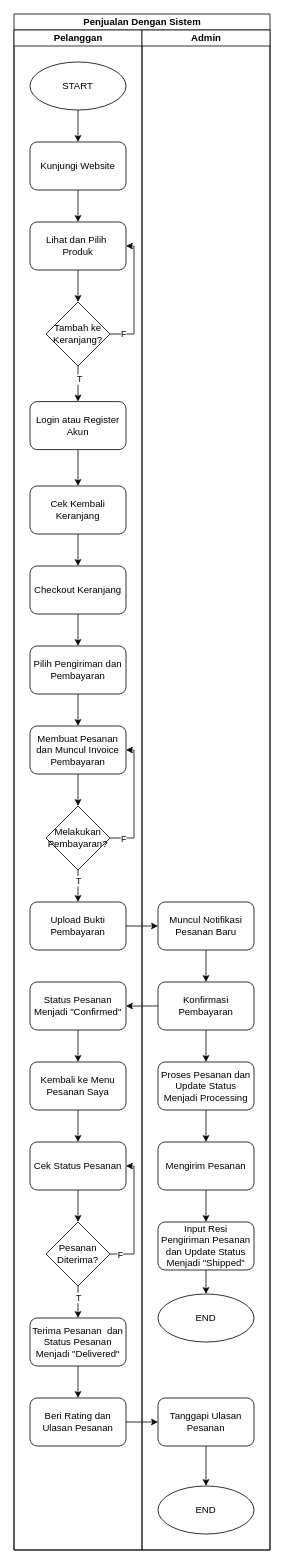
The draw.io diagram Activity - PenjualanTSKeripikIsal.drawio in xnoname2003/flowchart, before the edit. Source tidied: cells renumbered, new cells numbered last; positions are measured from the earlier drawing's top-left corner, leaving out a move shared by most shapes. Both pictures are drawn from the tidied source at 80%, with x=0, y=0 at pixel (14, 14).
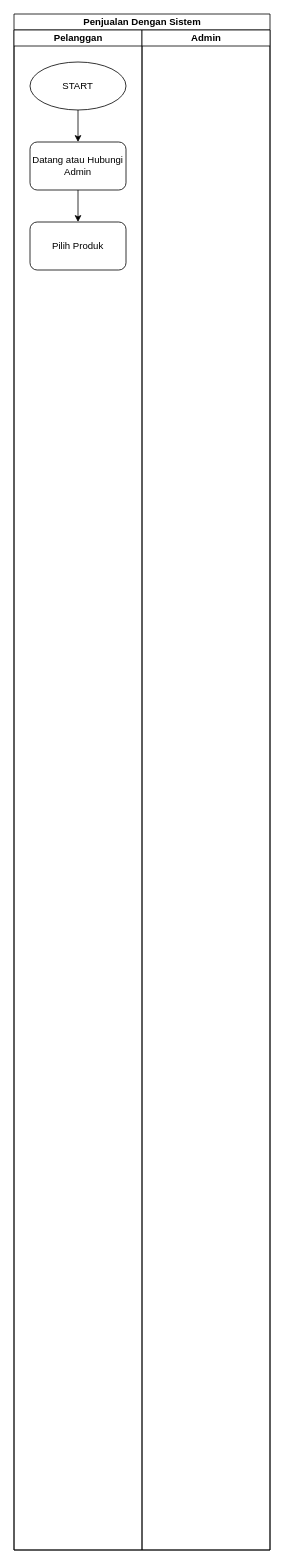
The same page after the edit.

The change refers to these unchanged cells:
```xml
<mxCell id="2" value="Penjualan Dengan Sistem" style="swimlane;startSize=20;html=1;" parent="1" vertex="1">
  <mxGeometry width="320" height="1920" as="geometry" />
</mxCell>
<mxCell id="3" value="Pelanggan" style="swimlane;startSize=20;html=1;" parent="2" vertex="1">
  <mxGeometry y="20" width="160" height="1900" as="geometry" />
</mxCell>
<mxCell id="5" value="START" style="ellipse;whiteSpace=wrap;html=1;" parent="3" vertex="1">
  <mxGeometry x="20" y="40" width="120" height="60" as="geometry" />
</mxCell>
<mxCell id="45" value="Admin" style="swimlane;startSize=20;html=1;" parent="2" vertex="1">
  <mxGeometry x="160" y="20" width="160" height="1900" as="geometry" />
</mxCell>
```

The edit, as a diff of the source:
```diff
@@
-    <mxCell id="4" style="edgeStyle=orthogonalEdgeStyle;rounded=0;jettySize=auto;html=1;exitX=0.5;exitY=1;exitDx=0;exitDy=0;entryX=0.5;entryY=0;entryDx=0;entryDy=0;" parent="3" edge="1" source="5" target="7">
-      <mxGeometry relative="1" as="geometry" />
-    </mxCell>
+    <mxCell id="63" style="edgeStyle=orthogonalEdgeStyle;rounded=0;jettySize=auto;html=1;" parent="3" edge="1" source="5" target="65">
+      <mxGeometry relative="1" as="geometry" />
+    </mxCell>
@@
-    <mxCell id="6" style="edgeStyle=orthogonalEdgeStyle;rounded=0;jettySize=auto;html=1;exitX=0.5;exitY=1;exitDx=0;exitDy=0;entryX=0.5;entryY=0;entryDx=0;entryDy=0;" parent="3" edge="1" source="7" target="9">
-      <mxGeometry relative="1" as="geometry" />
+    <mxCell id="6" style="edgeStyle=orthogonalEdgeStyle;rounded=0;orthogonalLoop=1;jettySize=auto;html=1;exitX=0.5;exitY=1;exitDx=0;exitDy=0;entryX=0.5;entryY=0;entryDx=0;entryDy=0;" parent="3" edge="1">
+      <mxGeometry relative="1" as="geometry">
+        <mxPoint x="80" y="200" as="sourcePoint" />
+      </mxGeometry>
     </mxCell>
-    <mxCell id="7" value="Kunjungi Website" style="rounded=1;whiteSpace=wrap;html=1;" parent="3" vertex="1">
-      <mxGeometry x="20" y="140" width="120" height="60" as="geometry" />
-    </mxCell>
-    <mxCell id="8" style="edgeStyle=orthogonalEdgeStyle;rounded=0;jettySize=auto;html=1;exitX=0.5;exitY=1;exitDx=0;exitDy=0;entryX=0.5;entryY=0;entryDx=0;entryDy=0;" parent="3" edge="1" source="9" target="14">
-      <mxGeometry relative="1" as="geometry" />
+    <mxCell id="8" style="edgeStyle=orthogonalEdgeStyle;rounded=0;orthogonalLoop=1;jettySize=auto;html=1;exitX=0.5;exitY=1;exitDx=0;exitDy=0;entryX=0.5;entryY=0;entryDx=0;entryDy=0;" parent="3" edge="1">
+      <mxGeometry relative="1" as="geometry">
+        <mxPoint x="80" y="300" as="sourcePoint" />
+      </mxGeometry>
     </mxCell>
-    <mxCell id="9" value="Lihat dan Pilih&amp;nbsp; Produk" style="rounded=1;whiteSpace=wrap;html=1;" parent="3" vertex="1">
-      <mxGeometry x="20" y="240" width="120" height="60" as="geometry" />
-    </mxCell>
-    <mxCell id="10" style="edgeStyle=orthogonalEdgeStyle;rounded=0;jettySize=auto;html=1;exitX=0.5;exitY=1;exitDx=0;exitDy=0;" parent="3" edge="1" source="14" target="16">
-      <mxGeometry relative="1" as="geometry" />
+    <mxCell id="10" style="edgeStyle=orthogonalEdgeStyle;rounded=0;orthogonalLoop=1;jettySize=auto;html=1;exitX=0.5;exitY=1;exitDx=0;exitDy=0;" parent="3" edge="1">
+      <mxGeometry relative="1" as="geometry">
+        <mxPoint x="80" y="420" as="sourcePoint" />
+      </mxGeometry>
     </mxCell>
@@
-    <mxCell id="12" style="edgeStyle=orthogonalEdgeStyle;rounded=0;jettySize=auto;html=1;exitX=1;exitY=0.5;exitDx=0;exitDy=0;entryX=1;entryY=0.5;entryDx=0;entryDy=0;" parent="3" edge="1" source="14" target="9">
+    <mxCell id="12" style="edgeStyle=orthogonalEdgeStyle;rounded=0;orthogonalLoop=1;jettySize=auto;html=1;exitX=1;exitY=0.5;exitDx=0;exitDy=0;entryX=1;entryY=0.5;entryDx=0;entryDy=0;" parent="3" edge="1">
       <mxGeometry relative="1" as="geometry">
+        <mxPoint x="140" y="270" as="targetPoint" />
         <Array as="points">
           <mxPoint x="150" y="380" />
           <mxPoint x="150" y="270" />
         </Array>
       </mxGeometry>
     </mxCell>
@@
-    <mxCell id="14" value="Tambah ke Keranjang?" style="rhombus;whiteSpace=wrap;html=1;" parent="3" vertex="1">
-      <mxGeometry x="40" y="340" width="80" height="80" as="geometry" />
-    </mxCell>
-    <mxCell id="15" style="edgeStyle=orthogonalEdgeStyle;rounded=0;jettySize=auto;html=1;exitX=0.5;exitY=1;exitDx=0;exitDy=0;entryX=0.5;entryY=0;entryDx=0;entryDy=0;" parent="3" edge="1" source="16" target="18">
-      <mxGeometry relative="1" as="geometry" />
+    <mxCell id="15" style="edgeStyle=orthogonalEdgeStyle;rounded=0;orthogonalLoop=1;jettySize=auto;html=1;exitX=0.5;exitY=1;exitDx=0;exitDy=0;entryX=0.5;entryY=0;entryDx=0;entryDy=0;" parent="3" edge="1">
+      <mxGeometry relative="1" as="geometry">
+        <mxPoint x="80" y="524.5" as="sourcePoint" />
+      </mxGeometry>
     </mxCell>
-    <mxCell id="16" value="Login atau Register Akun" style="rounded=1;whiteSpace=wrap;html=1;" parent="3" vertex="1">
-      <mxGeometry x="20" y="464.5" width="120" height="60" as="geometry" />
-    </mxCell>
-    <mxCell id="17" style="edgeStyle=orthogonalEdgeStyle;rounded=0;jettySize=auto;html=1;exitX=0.5;exitY=1;exitDx=0;exitDy=0;" parent="3" edge="1" source="18" target="20">
-      <mxGeometry relative="1" as="geometry" />
+    <mxCell id="17" style="edgeStyle=orthogonalEdgeStyle;rounded=0;orthogonalLoop=1;jettySize=auto;html=1;exitX=0.5;exitY=1;exitDx=0;exitDy=0;" parent="3" edge="1">
+      <mxGeometry relative="1" as="geometry">
+        <mxPoint x="80" y="630" as="sourcePoint" />
+      </mxGeometry>
     </mxCell>
-    <mxCell id="18" value="Cek Kembali Keranjang" style="rounded=1;whiteSpace=wrap;html=1;" parent="3" vertex="1">
-      <mxGeometry x="20" y="570" width="120" height="60" as="geometry" />
-    </mxCell>
-    <mxCell id="19" style="edgeStyle=orthogonalEdgeStyle;rounded=0;jettySize=auto;html=1;exitX=0.5;exitY=1;exitDx=0;exitDy=0;entryX=0.5;entryY=0;entryDx=0;entryDy=0;" parent="3" edge="1" source="20" target="22">
-      <mxGeometry relative="1" as="geometry" />
+    <mxCell id="19" style="edgeStyle=orthogonalEdgeStyle;rounded=0;orthogonalLoop=1;jettySize=auto;html=1;exitX=0.5;exitY=1;exitDx=0;exitDy=0;entryX=0.5;entryY=0;entryDx=0;entryDy=0;" parent="3" edge="1">
+      <mxGeometry relative="1" as="geometry">
+        <mxPoint x="80" y="730" as="sourcePoint" />
+      </mxGeometry>
     </mxCell>
-    <mxCell id="20" value="Checkout Keranjang" style="rounded=1;whiteSpace=wrap;html=1;" parent="3" vertex="1">
-      <mxGeometry x="20" y="670" width="120" height="60" as="geometry" />
-    </mxCell>
-    <mxCell id="21" style="edgeStyle=orthogonalEdgeStyle;rounded=0;jettySize=auto;html=1;exitX=0.5;exitY=1;exitDx=0;exitDy=0;entryX=0.5;entryY=0;entryDx=0;entryDy=0;" parent="3" edge="1" source="22" target="24">
-      <mxGeometry relative="1" as="geometry" />
+    <mxCell id="21" style="edgeStyle=orthogonalEdgeStyle;rounded=0;orthogonalLoop=1;jettySize=auto;html=1;exitX=0.5;exitY=1;exitDx=0;exitDy=0;entryX=0.5;entryY=0;entryDx=0;entryDy=0;" parent="3" edge="1">
+      <mxGeometry relative="1" as="geometry">
+        <mxPoint x="80" y="830" as="sourcePoint" />
+      </mxGeometry>
     </mxCell>
-    <mxCell id="22" value="Pilih Pengiriman dan Pembayaran" style="rounded=1;whiteSpace=wrap;html=1;" parent="3" vertex="1">
-      <mxGeometry x="20" y="770" width="120" height="60" as="geometry" />
-    </mxCell>
-    <mxCell id="23" style="edgeStyle=orthogonalEdgeStyle;rounded=0;jettySize=auto;html=1;exitX=0.5;exitY=1;exitDx=0;exitDy=0;entryX=0.5;entryY=0;entryDx=0;entryDy=0;" parent="3" edge="1" source="24" target="29">
-      <mxGeometry relative="1" as="geometry" />
+    <mxCell id="23" style="edgeStyle=orthogonalEdgeStyle;rounded=0;orthogonalLoop=1;jettySize=auto;html=1;exitX=0.5;exitY=1;exitDx=0;exitDy=0;entryX=0.5;entryY=0;entryDx=0;entryDy=0;" parent="3" edge="1">
+      <mxGeometry relative="1" as="geometry">
+        <mxPoint x="80" y="930" as="sourcePoint" />
+      </mxGeometry>
     </mxCell>
-    <mxCell id="24" value="Membuat Pesanan dan Muncul Invoice Pembayaran" style="rounded=1;whiteSpace=wrap;html=1;" parent="3" vertex="1">
-      <mxGeometry x="20" y="870" width="120" height="60" as="geometry" />
-    </mxCell>
-    <mxCell id="25" style="edgeStyle=orthogonalEdgeStyle;rounded=0;jettySize=auto;html=1;exitX=0.5;exitY=1;exitDx=0;exitDy=0;" parent="3" edge="1" source="29" target="30">
-      <mxGeometry relative="1" as="geometry" />
+    <mxCell id="25" style="edgeStyle=orthogonalEdgeStyle;rounded=0;orthogonalLoop=1;jettySize=auto;html=1;exitX=0.5;exitY=1;exitDx=0;exitDy=0;" parent="3" edge="1">
+      <mxGeometry relative="1" as="geometry">
+        <mxPoint x="80" y="1050" as="sourcePoint" />
+      </mxGeometry>
     </mxCell>
@@
-    <mxCell id="27" style="edgeStyle=orthogonalEdgeStyle;rounded=0;jettySize=auto;html=1;exitX=1;exitY=0.5;exitDx=0;exitDy=0;entryX=1;entryY=0.5;entryDx=0;entryDy=0;" parent="3" edge="1" source="29" target="24">
+    <mxCell id="27" style="edgeStyle=orthogonalEdgeStyle;rounded=0;orthogonalLoop=1;jettySize=auto;html=1;exitX=1;exitY=0.5;exitDx=0;exitDy=0;entryX=1;entryY=0.5;entryDx=0;entryDy=0;" parent="3" edge="1">
       <mxGeometry relative="1" as="geometry">
+        <mxPoint x="140" y="900" as="targetPoint" />
         <Array as="points">
           <mxPoint x="150" y="1010" />
           <mxPoint x="150" y="900" />
         </Array>
       </mxGeometry>
     </mxCell>
@@
-    <mxCell id="29" value="Melakukan Pembayaran?" style="rhombus;whiteSpace=wrap;html=1;" parent="3" vertex="1">
-      <mxGeometry x="40" y="970" width="80" height="80" as="geometry" />
-    </mxCell>
-    <mxCell id="30" value="Upload Bukti Pembayaran" style="rounded=1;whiteSpace=wrap;html=1;" parent="3" vertex="1">
-      <mxGeometry x="20" y="1090" width="120" height="60" as="geometry" />
-    </mxCell>
-    <mxCell id="31" style="edgeStyle=orthogonalEdgeStyle;rounded=0;jettySize=auto;html=1;exitX=0.5;exitY=1;exitDx=0;exitDy=0;entryX=0.5;entryY=0;entryDx=0;entryDy=0;" parent="3" edge="1" source="32" target="34">
-      <mxGeometry relative="1" as="geometry" />
+    <mxCell id="31" style="edgeStyle=orthogonalEdgeStyle;rounded=0;orthogonalLoop=1;jettySize=auto;html=1;exitX=0.5;exitY=1;exitDx=0;exitDy=0;entryX=0.5;entryY=0;entryDx=0;entryDy=0;" parent="3" edge="1">
+      <mxGeometry relative="1" as="geometry">
+        <mxPoint x="80" y="1250" as="sourcePoint" />
+      </mxGeometry>
     </mxCell>
-    <mxCell id="32" value="Status Pesanan Menjadi &quot;Confirmed&quot;" style="rounded=1;whiteSpace=wrap;html=1;" parent="3" vertex="1">
-      <mxGeometry x="20" y="1190" width="120" height="60" as="geometry" />
-    </mxCell>
-    <mxCell id="33" style="edgeStyle=orthogonalEdgeStyle;rounded=0;jettySize=auto;html=1;exitX=0.5;exitY=1;exitDx=0;exitDy=0;entryX=0.5;entryY=0;entryDx=0;entryDy=0;" parent="3" edge="1" source="34" target="36">
-      <mxGeometry relative="1" as="geometry" />
+    <mxCell id="33" style="edgeStyle=orthogonalEdgeStyle;rounded=0;orthogonalLoop=1;jettySize=auto;html=1;exitX=0.5;exitY=1;exitDx=0;exitDy=0;entryX=0.5;entryY=0;entryDx=0;entryDy=0;" parent="3" edge="1">
+      <mxGeometry relative="1" as="geometry">
+        <mxPoint x="80" y="1350" as="sourcePoint" />
+      </mxGeometry>
     </mxCell>
-    <mxCell id="34" value="Kembali ke Menu Pesanan Saya" style="rounded=1;whiteSpace=wrap;html=1;" parent="3" vertex="1">
-      <mxGeometry x="20" y="1290" width="120" height="60" as="geometry" />
-    </mxCell>
-    <mxCell id="35" style="edgeStyle=orthogonalEdgeStyle;rounded=0;jettySize=auto;html=1;" parent="3" edge="1" source="36" target="41">
-      <mxGeometry relative="1" as="geometry" />
+    <mxCell id="35" style="edgeStyle=orthogonalEdgeStyle;rounded=0;orthogonalLoop=1;jettySize=auto;html=1;" parent="3" edge="1">
+      <mxGeometry relative="1" as="geometry">
+        <mxPoint x="80" y="1450" as="sourcePoint" />
+      </mxGeometry>
     </mxCell>
-    <mxCell id="36" value="Cek Status Pesanan" style="rounded=1;whiteSpace=wrap;html=1;" parent="3" vertex="1">
-      <mxGeometry x="20" y="1390" width="120" height="60" as="geometry" />
-    </mxCell>
-    <mxCell id="37" style="edgeStyle=orthogonalEdgeStyle;rounded=0;jettySize=auto;html=1;" parent="3" edge="1" source="41" target="43">
-      <mxGeometry relative="1" as="geometry" />
+    <mxCell id="37" style="edgeStyle=orthogonalEdgeStyle;rounded=0;orthogonalLoop=1;jettySize=auto;html=1;" parent="3" edge="1">
+      <mxGeometry relative="1" as="geometry">
+        <mxPoint x="80" y="1570" as="sourcePoint" />
+      </mxGeometry>
     </mxCell>
@@
-    <mxCell id="39" style="edgeStyle=orthogonalEdgeStyle;rounded=0;jettySize=auto;html=1;exitX=1;exitY=0.5;exitDx=0;exitDy=0;entryX=1;entryY=0.5;entryDx=0;entryDy=0;" parent="3" edge="1" source="41" target="36">
+    <mxCell id="39" style="edgeStyle=orthogonalEdgeStyle;rounded=0;orthogonalLoop=1;jettySize=auto;html=1;exitX=1;exitY=0.5;exitDx=0;exitDy=0;entryX=1;entryY=0.5;entryDx=0;entryDy=0;" parent="3" edge="1">
       <mxGeometry relative="1" as="geometry">
+        <mxPoint x="140" y="1420" as="targetPoint" />
         <Array as="points">
           <mxPoint x="150" y="1530" />
           <mxPoint x="150" y="1420" />
         </Array>
       </mxGeometry>
     </mxCell>
@@
-    <mxCell id="41" value="Pesanan Diterima?" style="rhombus;whiteSpace=wrap;html=1;" parent="3" vertex="1">
-      <mxGeometry x="40" y="1490" width="80" height="80" as="geometry" />
-    </mxCell>
-    <mxCell id="42" style="edgeStyle=orthogonalEdgeStyle;rounded=0;jettySize=auto;html=1;" parent="3" edge="1" source="43" target="44">
-      <mxGeometry relative="1" as="geometry" />
+    <mxCell id="42" style="edgeStyle=orthogonalEdgeStyle;rounded=0;orthogonalLoop=1;jettySize=auto;html=1;" parent="3" edge="1">
+      <mxGeometry relative="1" as="geometry">
+        <mxPoint x="80" y="1670" as="sourcePoint" />
+      </mxGeometry>
     </mxCell>
-    <mxCell id="43" value="Terima Pesanan&amp;nbsp;&amp;nbsp;dan Status Pesanan Menjadi &quot;Delivered&quot;" style="rounded=1;whiteSpace=wrap;html=1;" parent="3" vertex="1">
-      <mxGeometry x="20" y="1610" width="120" height="60" as="geometry" />
-    </mxCell>
-    <mxCell id="44" value="Beri Rating dan Ulasan Pesanan" style="rounded=1;whiteSpace=wrap;html=1;" parent="3" vertex="1">
-      <mxGeometry x="20" y="1710" width="120" height="60" as="geometry" />
-    </mxCell>
+    <mxCell id="64" style="edgeStyle=orthogonalEdgeStyle;rounded=0;jettySize=auto;html=1;" parent="3" edge="1" source="65" target="66">
+      <mxGeometry relative="1" as="geometry" />
+    </mxCell>
+    <mxCell id="65" value="Datang atau Hubungi Admin" style="rounded=1;whiteSpace=wrap;html=1;" parent="3" vertex="1">
+      <mxGeometry x="20" y="140" width="120" height="60" as="geometry" />
+    </mxCell>
+    <mxCell id="66" value="Pilih Produk" style="rounded=1;whiteSpace=wrap;html=1;" parent="3" vertex="1">
+      <mxGeometry x="20" y="240" width="120" height="60" as="geometry" />
+    </mxCell>
@@
-    <mxCell id="46" style="edgeStyle=orthogonalEdgeStyle;rounded=0;jettySize=auto;html=1;exitX=0.5;exitY=1;exitDx=0;exitDy=0;entryX=0.5;entryY=0;entryDx=0;entryDy=0;" parent="45" edge="1" source="47" target="49">
-      <mxGeometry relative="1" as="geometry" />
+    <mxCell id="46" style="edgeStyle=orthogonalEdgeStyle;rounded=0;orthogonalLoop=1;jettySize=auto;html=1;exitX=0.5;exitY=1;exitDx=0;exitDy=0;entryX=0.5;entryY=0;entryDx=0;entryDy=0;" parent="45" edge="1">
+      <mxGeometry relative="1" as="geometry">
+        <mxPoint x="80" y="1150" as="sourcePoint" />
+      </mxGeometry>
     </mxCell>
-    <mxCell id="47" value="Muncul Notifikasi Pesanan Baru" style="rounded=1;whiteSpace=wrap;html=1;" parent="45" vertex="1">
-      <mxGeometry x="20" y="1090" width="120" height="60" as="geometry" />
-    </mxCell>
-    <mxCell id="48" style="edgeStyle=orthogonalEdgeStyle;rounded=0;jettySize=auto;html=1;" parent="45" edge="1" source="49" target="51">
-      <mxGeometry relative="1" as="geometry" />
+    <mxCell id="48" style="edgeStyle=orthogonalEdgeStyle;rounded=0;orthogonalLoop=1;jettySize=auto;html=1;" parent="45" edge="1">
+      <mxGeometry relative="1" as="geometry">
+        <mxPoint x="80" y="1250" as="sourcePoint" />
+      </mxGeometry>
     </mxCell>
-    <mxCell id="49" value="Konfirmasi Pembayaran" style="rounded=1;whiteSpace=wrap;html=1;" parent="45" vertex="1">
-      <mxGeometry x="20" y="1190" width="120" height="60" as="geometry" />
-    </mxCell>
-    <mxCell id="50" style="edgeStyle=orthogonalEdgeStyle;rounded=0;jettySize=auto;html=1;exitX=0.5;exitY=1;exitDx=0;exitDy=0;entryX=0.5;entryY=0;entryDx=0;entryDy=0;" parent="45" edge="1" source="51" target="53">
-      <mxGeometry relative="1" as="geometry" />
+    <mxCell id="50" style="edgeStyle=orthogonalEdgeStyle;rounded=0;orthogonalLoop=1;jettySize=auto;html=1;exitX=0.5;exitY=1;exitDx=0;exitDy=0;entryX=0.5;entryY=0;entryDx=0;entryDy=0;" parent="45" edge="1">
+      <mxGeometry relative="1" as="geometry">
+        <mxPoint x="80" y="1350" as="sourcePoint" />
+      </mxGeometry>
     </mxCell>
-    <mxCell id="51" value="Proses Pesanan dan Update Status Menjadi Processing" style="rounded=1;whiteSpace=wrap;html=1;" parent="45" vertex="1">
-      <mxGeometry x="20" y="1290" width="120" height="60" as="geometry" />
-    </mxCell>
-    <mxCell id="52" style="edgeStyle=orthogonalEdgeStyle;rounded=0;jettySize=auto;html=1;" parent="45" edge="1" source="53" target="55">
-      <mxGeometry relative="1" as="geometry" />
+    <mxCell id="52" style="edgeStyle=orthogonalEdgeStyle;rounded=0;orthogonalLoop=1;jettySize=auto;html=1;" parent="45" edge="1">
+      <mxGeometry relative="1" as="geometry">
+        <mxPoint x="80" y="1450" as="sourcePoint" />
+      </mxGeometry>
     </mxCell>
-    <mxCell id="53" value="Mengirim Pesanan" style="rounded=1;whiteSpace=wrap;html=1;" parent="45" vertex="1">
-      <mxGeometry x="20" y="1390" width="120" height="60" as="geometry" />
-    </mxCell>
-    <mxCell id="54" style="edgeStyle=orthogonalEdgeStyle;rounded=0;jettySize=auto;html=1;exitX=0.5;exitY=1;exitDx=0;exitDy=0;entryX=0.5;entryY=0;entryDx=0;entryDy=0;" parent="45" edge="1" source="55" target="58">
-      <mxGeometry relative="1" as="geometry" />
+    <mxCell id="54" style="edgeStyle=orthogonalEdgeStyle;rounded=0;orthogonalLoop=1;jettySize=auto;html=1;exitX=0.5;exitY=1;exitDx=0;exitDy=0;entryX=0.5;entryY=0;entryDx=0;entryDy=0;" parent="45" edge="1">
+      <mxGeometry relative="1" as="geometry">
+        <mxPoint x="80" y="1550" as="sourcePoint" />
+      </mxGeometry>
     </mxCell>
-    <mxCell id="55" value="Input Resi Pengiriman Pesanan dan Update Status Menjadi &quot;Shipped&quot;" style="rounded=1;whiteSpace=wrap;html=1;" parent="45" vertex="1">
-      <mxGeometry x="20" y="1490" width="120" height="60" as="geometry" />
-    </mxCell>
-    <mxCell id="56" style="edgeStyle=orthogonalEdgeStyle;rounded=0;jettySize=auto;html=1;" parent="45" edge="1" source="57" target="59">
-      <mxGeometry relative="1" as="geometry" />
+    <mxCell id="56" style="edgeStyle=orthogonalEdgeStyle;rounded=0;orthogonalLoop=1;jettySize=auto;html=1;" parent="45" edge="1">
+      <mxGeometry relative="1" as="geometry">
+        <mxPoint x="80" y="1770" as="sourcePoint" />
+      </mxGeometry>
     </mxCell>
-    <mxCell id="57" value="Tanggapi Ulasan Pesanan" style="rounded=1;whiteSpace=wrap;html=1;" parent="45" vertex="1">
-      <mxGeometry x="20" y="1710" width="120" height="60" as="geometry" />
-    </mxCell>
-    <mxCell id="58" value="END" style="ellipse;whiteSpace=wrap;html=1;" parent="45" vertex="1">
-      <mxGeometry x="20" y="1580" width="120" height="60" as="geometry" />
-    </mxCell>
-    <mxCell id="59" value="END" style="ellipse;whiteSpace=wrap;html=1;" parent="45" vertex="1">
-      <mxGeometry x="20" y="1820" width="120" height="60" as="geometry" />
-    </mxCell>
-    <mxCell id="60" style="edgeStyle=orthogonalEdgeStyle;rounded=0;jettySize=auto;html=1;exitX=1;exitY=0.5;exitDx=0;exitDy=0;entryX=0;entryY=0.5;entryDx=0;entryDy=0;" parent="2" edge="1" source="30" target="47">
-      <mxGeometry relative="1" as="geometry" />
+    <mxCell id="60" style="edgeStyle=orthogonalEdgeStyle;rounded=0;orthogonalLoop=1;jettySize=auto;html=1;exitX=1;exitY=0.5;exitDx=0;exitDy=0;entryX=0;entryY=0.5;entryDx=0;entryDy=0;" parent="2" edge="1">
+      <mxGeometry relative="1" as="geometry">
+        <mxPoint x="140" y="1140" as="sourcePoint" />
+      </mxGeometry>
     </mxCell>
-    <mxCell id="61" style="edgeStyle=orthogonalEdgeStyle;rounded=0;jettySize=auto;html=1;exitX=0;exitY=0.5;exitDx=0;exitDy=0;entryX=1;entryY=0.5;entryDx=0;entryDy=0;" parent="2" edge="1" source="49" target="32">
-      <mxGeometry relative="1" as="geometry" />
+    <mxCell id="61" style="edgeStyle=orthogonalEdgeStyle;rounded=0;orthogonalLoop=1;jettySize=auto;html=1;exitX=0;exitY=0.5;exitDx=0;exitDy=0;entryX=1;entryY=0.5;entryDx=0;entryDy=0;" parent="2" edge="1">
+      <mxGeometry relative="1" as="geometry">
+        <mxPoint x="140" y="1240" as="targetPoint" />
+      </mxGeometry>
     </mxCell>
-    <mxCell id="62" style="edgeStyle=orthogonalEdgeStyle;rounded=0;jettySize=auto;html=1;exitX=1;exitY=0.5;exitDx=0;exitDy=0;entryX=0;entryY=0.5;entryDx=0;entryDy=0;" parent="2" edge="1" source="44" target="57">
-      <mxGeometry relative="1" as="geometry" />
+    <mxCell id="62" style="edgeStyle=orthogonalEdgeStyle;rounded=0;orthogonalLoop=1;jettySize=auto;html=1;exitX=1;exitY=0.5;exitDx=0;exitDy=0;entryX=0;entryY=0.5;entryDx=0;entryDy=0;" parent="2" edge="1">
+      <mxGeometry relative="1" as="geometry">
+        <mxPoint x="140" y="1760" as="sourcePoint" />
+      </mxGeometry>
     </mxCell>
```
